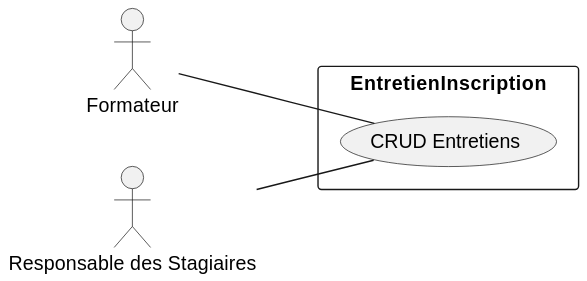
Suirita/File_rouge keeps this PlantUML diagram as docs/assets/img/Sprint_3.svg. Above is the earlier version. The source it was exported from:
```plantuml
@startuml
left to right direction
actor "Formateur" as fr
actor "Responsable des Stagiaires" as rs
rectangle EntretienInscription {
  usecase "CRUD Entretiens" as UC1
}

fr -- UC1

rs -- UC1
@enduml
```
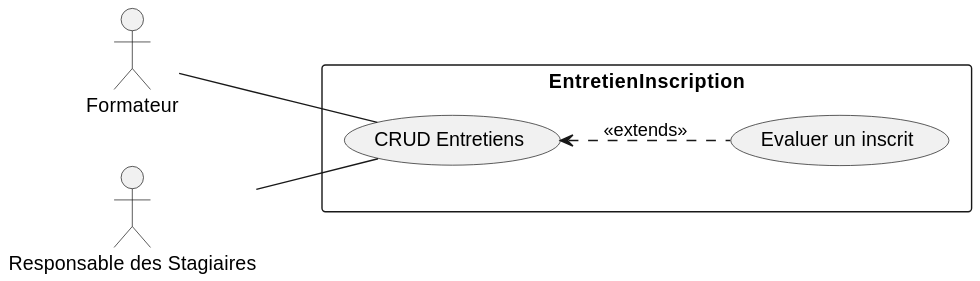
The same diagram one commit later.

Change to the diagram source:
```diff
@@ -4,9 +4,12 @@
 actor "Responsable des Stagiaires" as rs
 rectangle EntretienInscription {
   usecase "CRUD Entretiens" as UC1
+  usecase "Evaluer un inscrit" as UC2
 }
 
 fr -- UC1
 
 rs -- UC1
+
+UC1 <.. UC2 : <<extends>>
 @enduml
```
